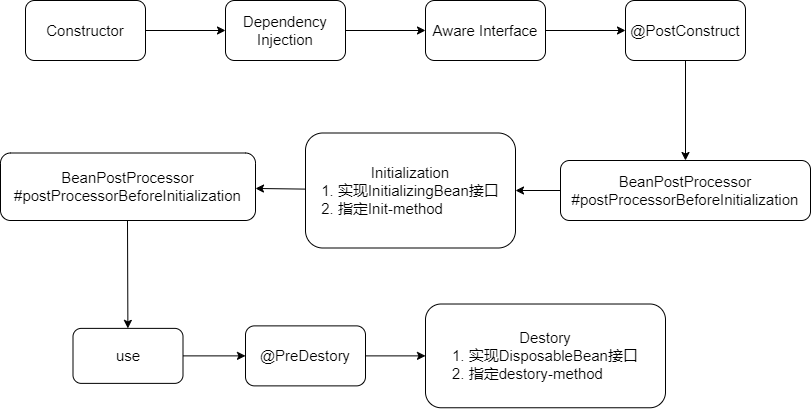
Before: src/public/img/spring-bean-lifecycle.drawio.png, a diagram exported from draw.io (Alex-RST/notes). Source tidied: cells renumbered, new cells last; positions are measured from the earlier drawing's top-left corner, leaving out a move shared by most shapes.
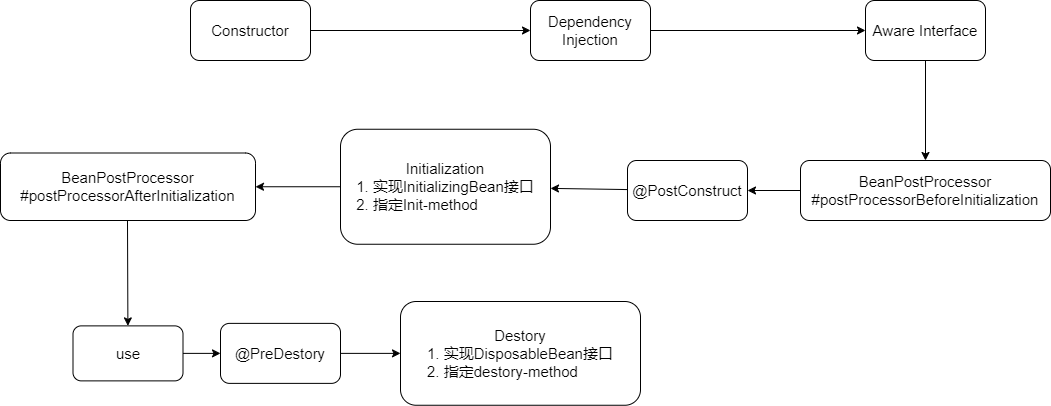
Later version of the same file.

The edit, as a diff of the source:
```diff
@@ -6,58 +6,58 @@
       <mxGeometry relative="1" as="geometry" />
     </mxCell>
     <mxCell id="3" value="Constructor" style="rounded=1;whiteSpace=wrap;html=1;fontSize=15;fontStyle=0;horizontal=1;" parent="1" vertex="1">
-      <mxGeometry x="25" width="120" height="60" as="geometry" />
+      <mxGeometry x="255" width="120" height="60" as="geometry" />
     </mxCell>
     <mxCell id="4" style="edgeStyle=none;html=1;fontSize=15;" parent="1" edge="1" source="5" target="7">
       <mxGeometry relative="1" as="geometry" />
     </mxCell>
     <mxCell id="5" value="Dependency Injection" style="whiteSpace=wrap;html=1;fontSize=15;rounded=1;fontStyle=0;" parent="1" vertex="1">
-      <mxGeometry x="225" width="120" height="60" as="geometry" />
+      <mxGeometry x="595" width="120" height="60" as="geometry" />
     </mxCell>
-    <mxCell id="6" style="edgeStyle=none;html=1;fontSize=15;" parent="1" edge="1" source="7" target="9">
-      <mxGeometry relative="1" as="geometry" />
-    </mxCell>
+    <mxCell id="21" style="edgeStyle=none;html=1;" parent="1" edge="1" source="7" target="18">
+      <mxGeometry relative="1" as="geometry" />
+    </mxCell>
     <mxCell id="7" value="Aware Interface" style="whiteSpace=wrap;html=1;fontSize=15;rounded=1;fontStyle=0;" parent="1" vertex="1">
-      <mxGeometry x="425" width="120" height="60" as="geometry" />
+      <mxGeometry x="930" width="120" height="60" as="geometry" />
     </mxCell>
-    <mxCell id="8" style="edgeStyle=none;html=1;" parent="1" edge="1" source="9" target="18">
-      <mxGeometry relative="1" as="geometry" />
-    </mxCell>
+    <mxCell id="22" style="edgeStyle=none;html=1;" parent="1" edge="1" source="9" target="11">
+      <mxGeometry relative="1" as="geometry" />
+    </mxCell>
     <mxCell id="9" value="@PostConstruct" style="whiteSpace=wrap;html=1;fontSize=15;rounded=1;fontStyle=0;" parent="1" vertex="1">
-      <mxGeometry x="625" width="120" height="60" as="geometry" />
+      <mxGeometry x="692" y="160" width="120" height="60" as="geometry" />
     </mxCell>
     <mxCell id="10" style="edgeStyle=none;html=1;" parent="1" edge="1" source="11" target="20">
       <mxGeometry relative="1" as="geometry" />
     </mxCell>
     <mxCell id="11" value="Initialization&lt;br&gt;&lt;div style=&quot;text-align: left;&quot;&gt;&lt;span style=&quot;&quot;&gt;1. 实现InitializingBean接口&lt;/span&gt;&lt;/div&gt;&lt;div style=&quot;text-align: left;&quot;&gt;&lt;span style=&quot;&quot;&gt;2. 指定Init-method&lt;/span&gt;&lt;/div&gt;" style="whiteSpace=wrap;html=1;fontSize=15;rounded=1;fontStyle=0;labelBackgroundColor=none;labelBorderColor=none;" parent="1" vertex="1">
-      <mxGeometry x="305" y="132.5" width="210" height="115" as="geometry" />
+      <mxGeometry x="405" y="128.8" width="210" height="115" as="geometry" />
     </mxCell>
     <mxCell id="12" style="edgeStyle=none;html=1;" parent="1" edge="1" source="13" target="16">
       <mxGeometry relative="1" as="geometry" />
     </mxCell>
     <mxCell id="13" value="use" style="whiteSpace=wrap;html=1;fontSize=15;rounded=1;fontStyle=0;labelBackgroundColor=none;labelBorderColor=none;" parent="1" vertex="1">
-      <mxGeometry x="72.5" y="327.9" width="110" height="55" as="geometry" />
+      <mxGeometry x="137.5" y="325.4" width="110" height="55" as="geometry" />
     </mxCell>
     <mxCell id="14" value="Destory&lt;br&gt;&lt;div style=&quot;text-align: left;&quot;&gt;&lt;span style=&quot;background-color: initial;&quot;&gt;1. 实现DisposableBean接口&lt;/span&gt;&lt;/div&gt;&lt;div style=&quot;text-align: left;&quot;&gt;&lt;span style=&quot;background-color: initial;&quot;&gt;2. 指定destory-method&lt;/span&gt;&lt;/div&gt;" style="whiteSpace=wrap;html=1;fontSize=15;rounded=1;fontStyle=0;labelBackgroundColor=none;labelBorderColor=none;" parent="1" vertex="1">
-      <mxGeometry x="425" y="303.5" width="240" height="103.8" as="geometry" />
+      <mxGeometry x="465" y="301" width="240" height="103.8" as="geometry" />
     </mxCell>
     <mxCell id="15" style="edgeStyle=none;html=1;" parent="1" edge="1" source="16" target="14">
       <mxGeometry relative="1" as="geometry" />
     </mxCell>
     <mxCell id="16" value="@PreDestory" style="whiteSpace=wrap;html=1;fontSize=15;rounded=1;fontStyle=0;labelBackgroundColor=none;labelBorderColor=none;direction=east;" parent="1" vertex="1">
-      <mxGeometry x="245" y="325.4" width="120" height="60" as="geometry" />
+      <mxGeometry x="285" y="322.9" width="120" height="60" as="geometry" />
     </mxCell>
-    <mxCell id="17" style="edgeStyle=none;html=1;" parent="1" edge="1" source="18" target="11">
-      <mxGeometry relative="1" as="geometry" />
-    </mxCell>
+    <mxCell id="23" style="edgeStyle=none;html=1;" parent="1" edge="1" source="18" target="9">
+      <mxGeometry relative="1" as="geometry" />
+    </mxCell>
     <mxCell id="18" value="BeanPostProcessor&lt;br&gt;#postProcessorBeforeInitialization" style="whiteSpace=wrap;html=1;fontSize=15;rounded=1;fontStyle=0;" parent="1" vertex="1">
-      <mxGeometry x="560" y="160" width="250" height="60" as="geometry" />
+      <mxGeometry x="865" y="160" width="250" height="60" as="geometry" />
     </mxCell>
     <mxCell id="19" style="edgeStyle=none;html=1;exitX=0.498;exitY=1;exitDx=0;exitDy=0;exitPerimeter=0;" parent="1" edge="1" source="20" target="13">
       <mxGeometry relative="1" as="geometry" />
     </mxCell>
-    <mxCell id="20" value="BeanPostProcessor&lt;br&gt;#postProcessorBeforeInitialization" style="whiteSpace=wrap;html=1;fontSize=15;rounded=1;fontStyle=0;labelBackgroundColor=none;labelBorderColor=none;" parent="1" vertex="1">
-      <mxGeometry y="152.5" width="255" height="67.5" as="geometry" />
+    <mxCell id="20" value="BeanPostProcessor&lt;br&gt;#postProcessorAfterInitialization" style="whiteSpace=wrap;html=1;fontSize=15;rounded=1;fontStyle=0;labelBackgroundColor=none;labelBorderColor=none;" parent="1" vertex="1">
+      <mxGeometry x="65" y="152.5" width="255" height="67.5" as="geometry" />
     </mxCell>
   </root>
 </mxGraphModel>
```
